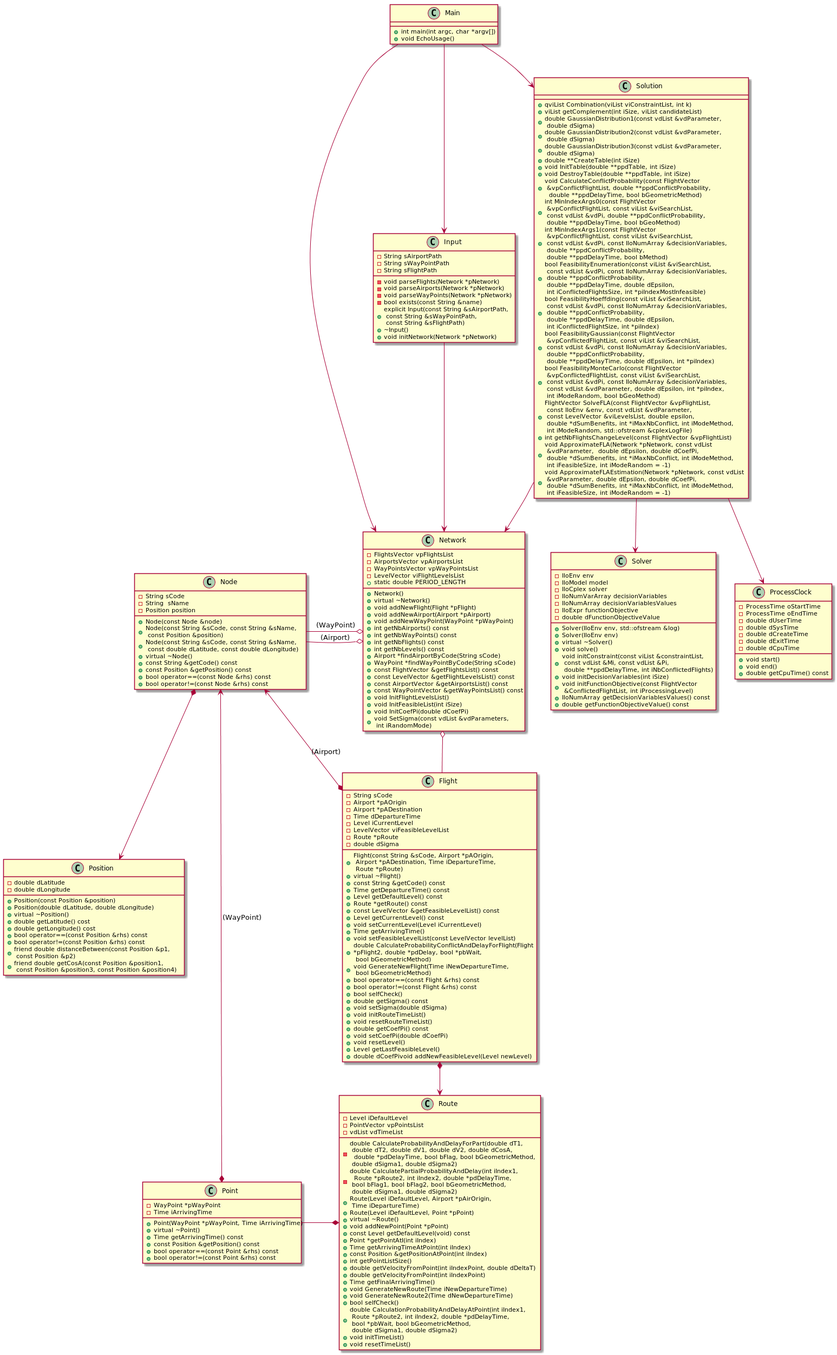
Earlier version of the PlantUML export uml/ClassDiagram_RobustFLA.png (martinWANG2014/RobustFLA).
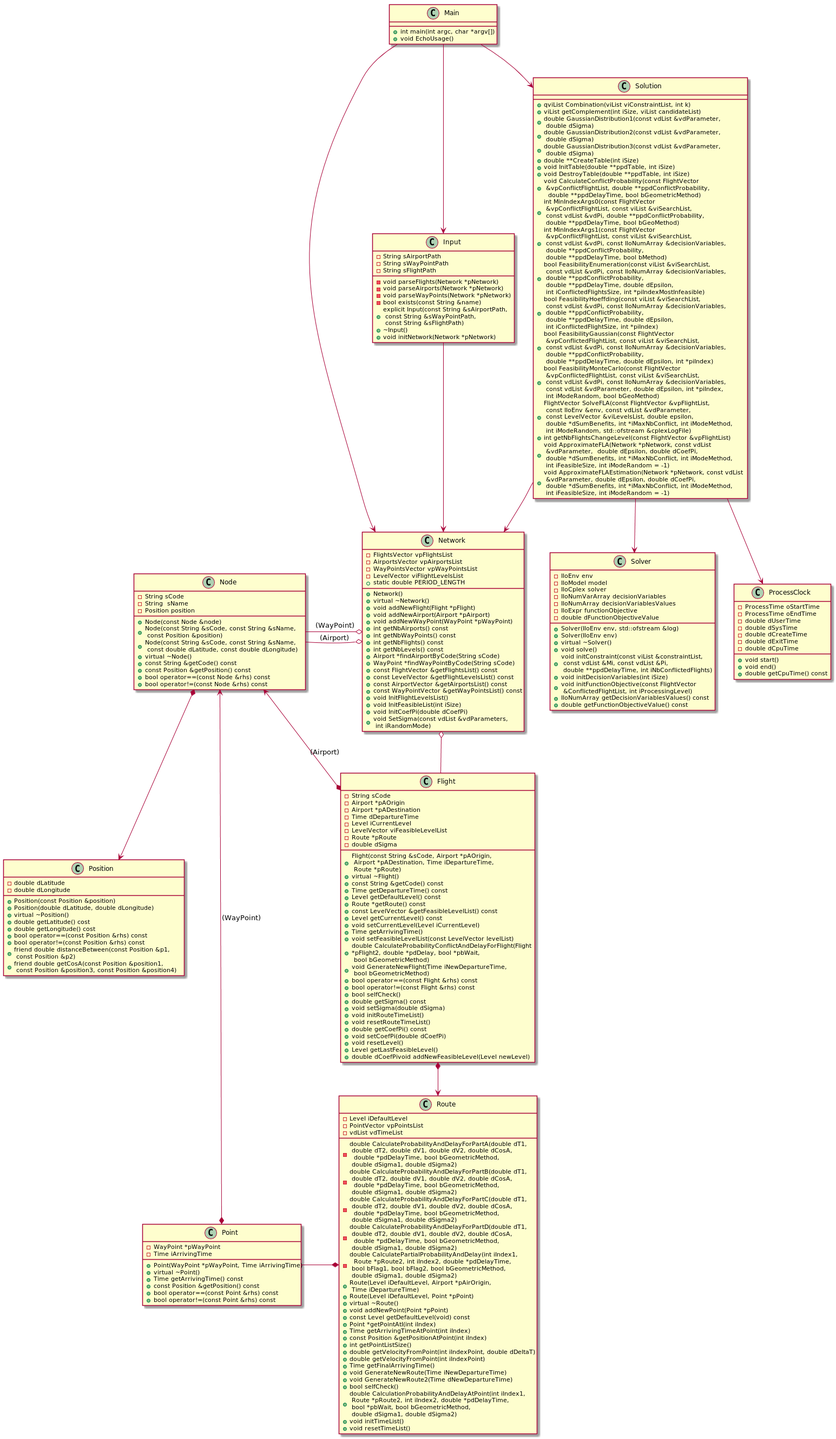
After the change.

The edit, as a diff of the source:
```diff
@@ -114,7 +114,10 @@
     -Level iDefaultLevel
     -PointVector vpPointsList
     -vdList vdTimeList
-    -double CalculateProbabilityAndDelayForPart(double dT1, \n double dT2, double dV1, double dV2, double dCosA, \n  double *pdDelayTime, bool bFlag, bool bGeometricMethod, \n double dSigma1, double dSigma2)
+    -double CalculateProbabilityAndDelayForPartA(double dT1, \n double dT2, double dV1, double dV2, double dCosA, \n  double *pdDelayTime, bool bGeometricMethod, \n double dSigma1, double dSigma2)
+    -double CalculateProbabilityAndDelayForPartB(double dT1, \n double dT2, double dV1, double dV2, double dCosA, \n  double *pdDelayTime, bool bGeometricMethod, \n double dSigma1, double dSigma2)
+    -double CalculateProbabilityAndDelayForPartC(double dT1, \n double dT2, double dV1, double dV2, double dCosA, \n  double *pdDelayTime, bool bGeometricMethod, \n double dSigma1, double dSigma2)
+    -double CalculateProbabilityAndDelayForPartD(double dT1, \n double dT2, double dV1, double dV2, double dCosA, \n  double *pdDelayTime, bool bGeometricMethod, \n double dSigma1, double dSigma2)
     -double CalculatePartialProbabilityAndDelay(int iIndex1, \n  Route *pRoute2, int iIndex2, double *pdDelayTime, \n bool bFlag1, bool bFlag2, bool bGeometricMethod, \n double dSigma1, double dSigma2)
     +Route(Level iDefaultLevel, Airport *pAirOrigin, \n Time iDepartureTime)
     +Route(Level iDefaultLevel, Point *pPoint)
```
